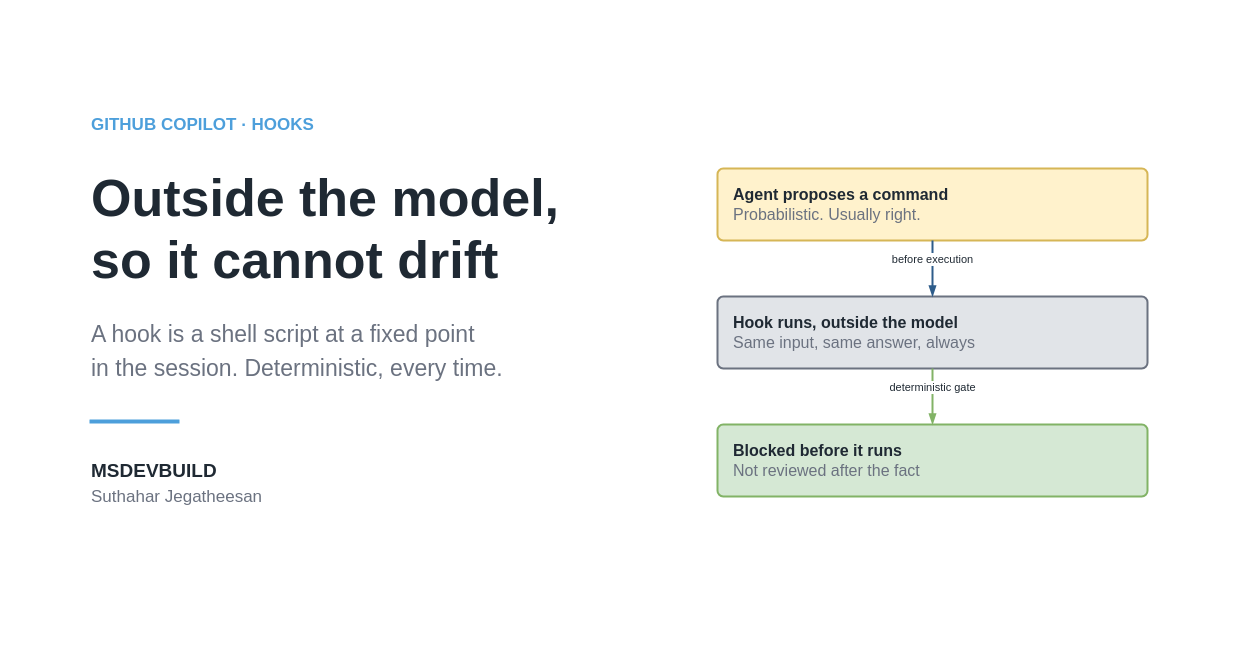
The draw.io diagram src/content/blog/github-copilot-skills/github-copilot-hooks-for-beginners/diagrams/github-copilot-hooks-for-beginners-cover.drawio in jssuthahar/blog, before the edit. Source tidied: cells renumbered, new cells numbered last; positions are measured from the earlier drawing's top-left corner, leaving out a move shared by most shapes. Both pictures are drawn from the tidied source at 100%, with x=0, y=0 at pixel (17, 17).
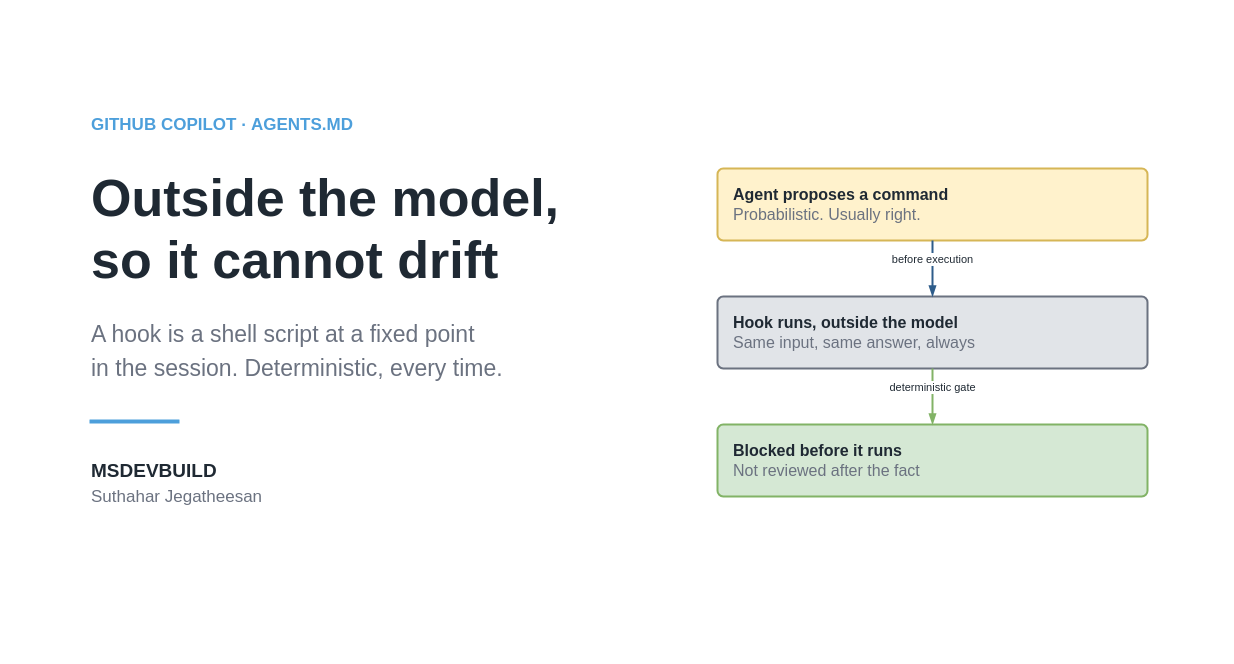
The same page after the edit.

Change to the diagram source:
```diff
@@
 <mxGraphModel>
   <root>
     <mxCell id="0" />
     <mxCell id="1" parent="0" />
     <mxCell id="2" style="rounded=0;whiteSpace=wrap;html=1;fillColor=#FFFFFF;strokeColor=none;" parent="1" vertex="1">
       <mxGeometry width="1200" height="630" as="geometry" />
     </mxCell>
     <mxCell id="3" style="rounded=1;arcSize=8;whiteSpace=wrap;html=1;fillColor=#FFFFFF;strokeColor=none;strokeWidth=2;fontSize=12;fontColor=#1F2933;align=center;" parent="1" vertex="1">
       <mxGeometry width="1200" height="630" as="geometry" />
     </mxCell>
-    <mxCell id="4" value="GITHUB COPILOT · HOOKS" style="text;html=1;align=left;verticalAlign=middle;fontSize=17;fontColor=#4D9FDB;fontStyle=1;" parent="1" vertex="1">
+    <mxCell id="4" value="GITHUB COPILOT  ·  AGENTS.MD" style="text;html=1;align=left;verticalAlign=middle;fontSize=17;fontColor=#4D9FDB;fontStyle=1;" parent="1" vertex="1">
       <mxGeometry x="72" y="96" width="560" height="24" as="geometry" />
     </mxCell>
     <mxCell id="5" value="Outside the model," style="text;html=1;align=left;verticalAlign=middle;fontSize=52;fontColor=#1F2933;fontStyle=1;" parent="1" vertex="1">
       <mxGeometry x="72" y="150" width="600" height="62" as="geometry" />
     </mxCell>
     <mxCell id="6" value="so it cannot drift" style="text;html=1;align=left;verticalAlign=middle;fontSize=52;fontColor=#1F2933;fontStyle=1;" parent="1" vertex="1">
       <mxGeometry x="72" y="212" width="600" height="62" as="geometry" />
     </mxCell>
     <mxCell id="7" value="A hook is a shell script at a fixed point" style="text;html=1;align=left;verticalAlign=middle;fontSize=23;fontColor=#6B7280;fontStyle=0;" parent="1" vertex="1">
       <mxGeometry x="72" y="300" width="580" height="34" as="geometry" />
     </mxCell>
     <mxCell id="8" value="in the session. Deterministic, every time." style="text;html=1;align=left;verticalAlign=middle;fontSize=23;fontColor=#6B7280;fontStyle=0;" parent="1" vertex="1">
       <mxGeometry x="72" y="334" width="580" height="34" as="geometry" />
     </mxCell>
     <mxCell id="9" style="rounded=1;arcSize=8;whiteSpace=wrap;html=1;fillColor=#4D9FDB;strokeColor=none;strokeWidth=2;fontSize=12;fontColor=#1F2933;align=center;" parent="1" vertex="1">
       <mxGeometry x="72" y="402" width="90" height="4" as="geometry" />
     </mxCell>
     <mxCell id="10" value="MSDEVBUILD" style="text;html=1;align=left;verticalAlign=middle;fontSize=19;fontColor=#1F2933;fontStyle=1;" parent="1" vertex="1">
       <mxGeometry x="72" y="440" width="320" height="28" as="geometry" />
     </mxCell>
     <mxCell id="11" value="Suthahar Jegatheesan" style="text;html=1;align=left;verticalAlign=middle;fontSize=17;fontColor=#6B7280;fontStyle=0;" parent="1" vertex="1">
       <mxGeometry x="72" y="468" width="320" height="24" as="geometry" />
     </mxCell>
     <mxCell id="12" value="&lt;b&gt;Agent proposes a command&lt;/b&gt;&lt;br&gt;&lt;font color='#6B7280'&gt;Probabilistic. Usually right.&lt;/font&gt;" style="rounded=1;arcSize=8;whiteSpace=wrap;html=1;fillColor=#FFF2CC;strokeColor=#D6B656;strokeWidth=2;fontSize=16;fontColor=#1F2933;align=left;spacingLeft=14;" parent="1" vertex="1">
       <mxGeometry x="700" y="151" width="430" height="72" as="geometry" />
     </mxCell>
     <mxCell id="13" value="&lt;b&gt;Hook runs, outside the model&lt;/b&gt;&lt;br&gt;&lt;font color='#6B7280'&gt;Same input, same answer, always&lt;/font&gt;" style="rounded=1;arcSize=8;whiteSpace=wrap;html=1;fillColor=#E1E4E8;strokeColor=#6B7280;strokeWidth=2;fontSize=16;fontColor=#1F2933;align=left;spacingLeft=14;" parent="1" vertex="1">
       <mxGeometry x="700" y="279" width="430" height="72" as="geometry" />
     </mxCell>
     <mxCell id="14" value="before execution" style="html=1;rounded=0;strokeColor=#2E5C8A;strokeWidth=2;endArrow=blockThin;endFill=1;endSize=6;fontSize=11;fontColor=#1F2933;labelBackgroundColor=#FFFFFF;verticalAlign=bottom;align=center;" parent="1" edge="1">
       <mxGeometry relative="1" as="geometry">
         <mxPoint x="915" y="223" as="sourcePoint" />
         <mxPoint x="915" y="279" as="targetPoint" />
       </mxGeometry>
     </mxCell>
     <mxCell id="15" value="&lt;b&gt;Blocked before it runs&lt;/b&gt;&lt;br&gt;&lt;font color='#6B7280'&gt;Not reviewed after the fact&lt;/font&gt;" style="rounded=1;arcSize=8;whiteSpace=wrap;html=1;fillColor=#D5E8D4;strokeColor=#82B366;strokeWidth=2;fontSize=16;fontColor=#1F2933;align=left;spacingLeft=14;" parent="1" vertex="1">
       <mxGeometry x="700" y="407" width="430" height="72" as="geometry" />
     </mxCell>
     <mxCell id="16" value="deterministic gate" style="html=1;rounded=0;strokeColor=#82B366;strokeWidth=2;endArrow=blockThin;endFill=1;endSize=6;fontSize=11;fontColor=#1F2933;labelBackgroundColor=#FFFFFF;verticalAlign=bottom;align=center;" parent="1" edge="1">
       <mxGeometry relative="1" as="geometry">
         <mxPoint x="915" y="351" as="sourcePoint" />
         <mxPoint x="915" y="407" as="targetPoint" />
       </mxGeometry>
     </mxCell>
   </root>
 </mxGraphModel>
```
